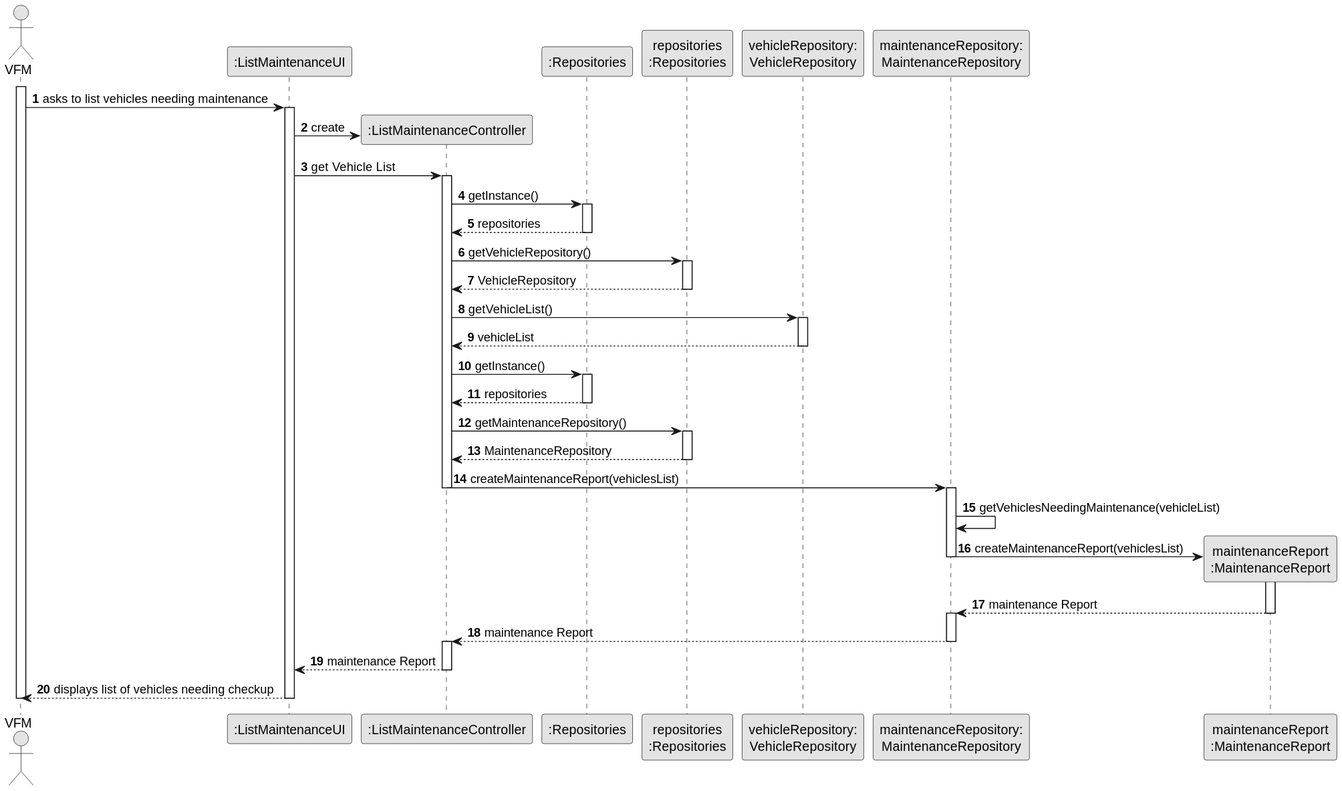
Before: docs/sprintB/us008/03.design/svg/us008-sequence-diagram-full.svg, a diagram exported from PlantUML (ricardomm7/leaflink).
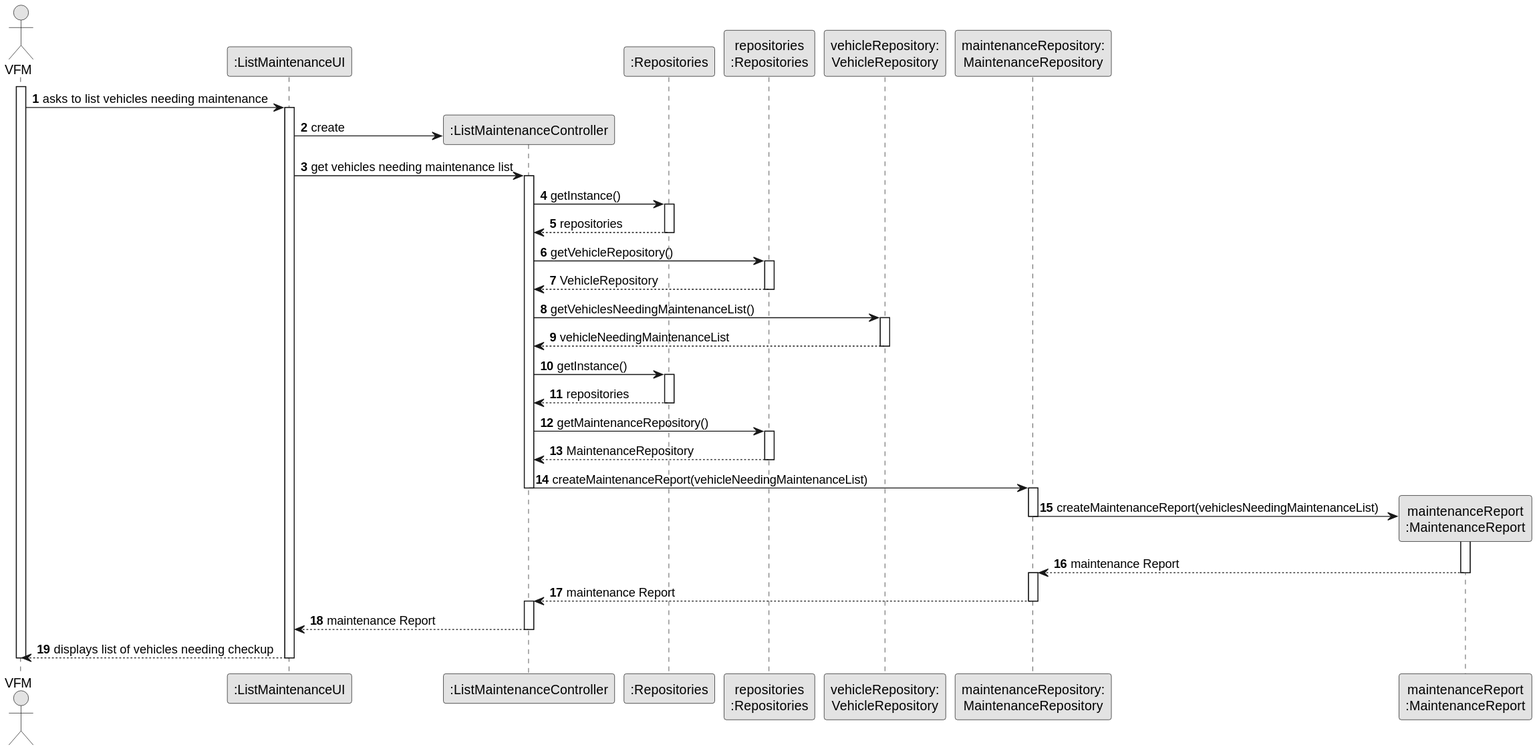
Later version of the same file.

What changed in the source:
```diff
@@ -21,7 +21,7 @@
 
         UI -> CTRL** : create
 
-        UI -> CTRL : get Vehicle List
+        UI -> CTRL : get vehicles needing maintenance list
         activate CTRL
 
             CTRL -> RepositorySingleton : getInstance()
@@ -36,10 +36,10 @@
                 PLAT --> CTRL: VehicleRepository
             deactivate PLAT
 
-            CTRL -> VehicleRepository : getVehicleList()
+            CTRL -> VehicleRepository : getVehiclesNeedingMaintenanceList()
             activate VehicleRepository
 
-                VehicleRepository --> CTRL : vehicleList
+                VehicleRepository --> CTRL : vehicleNeedingMaintenanceList
             deactivate VehicleRepository
 
 
@@ -56,13 +56,12 @@
                 deactivate PLAT
 
 
-                CTRL -> MaintenanceRepository : createMaintenanceReport(vehiclesList)
+                CTRL -> MaintenanceRepository : createMaintenanceReport(vehicleNeedingMaintenanceList)
                 deactivate CTRL
                 activate MaintenanceRepository
 
-                MaintenanceRepository -> MaintenanceRepository: getVehiclesNeedingMaintenance(vehicleList)
 
-                    MaintenanceRepository -> MaintenanceReport **: createMaintenanceReport(vehiclesList)
+                    MaintenanceRepository -> MaintenanceReport **: createMaintenanceReport(vehiclesNeedingMaintenanceList)
                     deactivate MaintenanceRepository
                     activate MaintenanceReport
 
```
